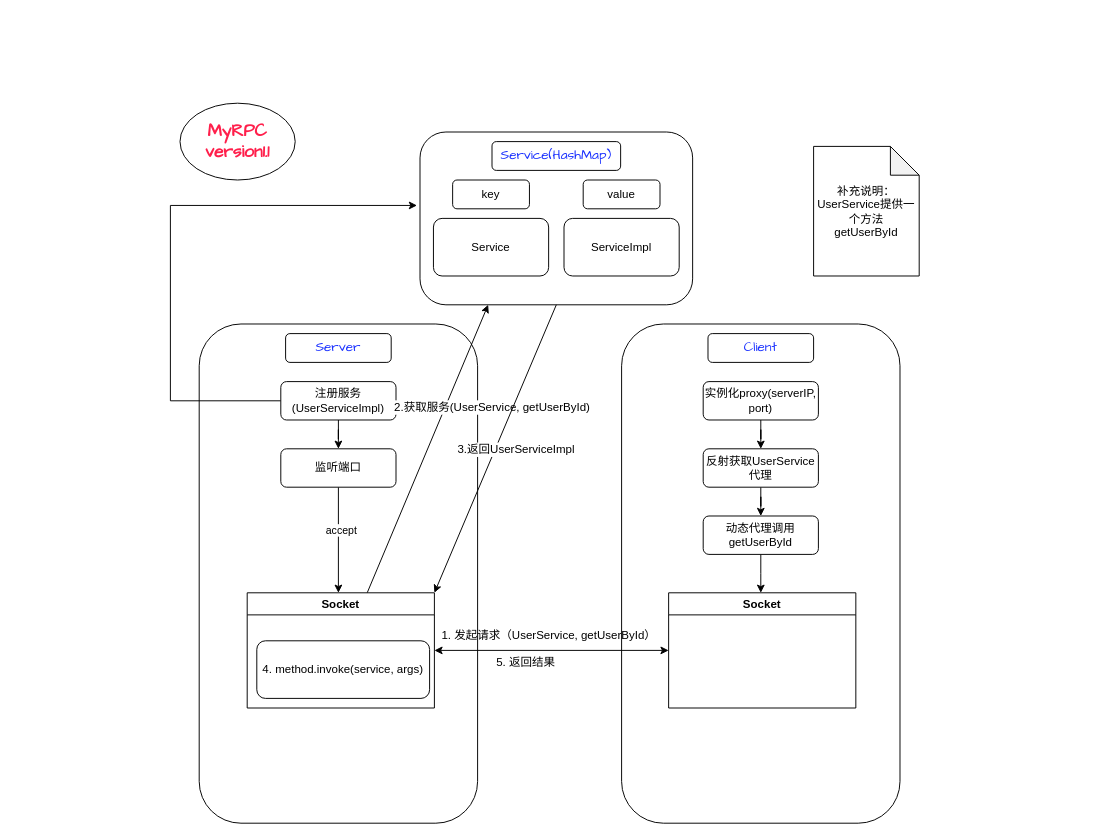
Earlier version of the draw.io diagram MyRPC/MyRPC-version1.1.drawio (hourhl/Draw-io). Source tidied: cells renumbered, new cells numbered last; positions are measured from the earlier drawing's top-left corner, leaving out a move shared by most shapes. Both pictures are drawn from the tidied source at 96%, with x=0, y=0 at pixel (170, 103).
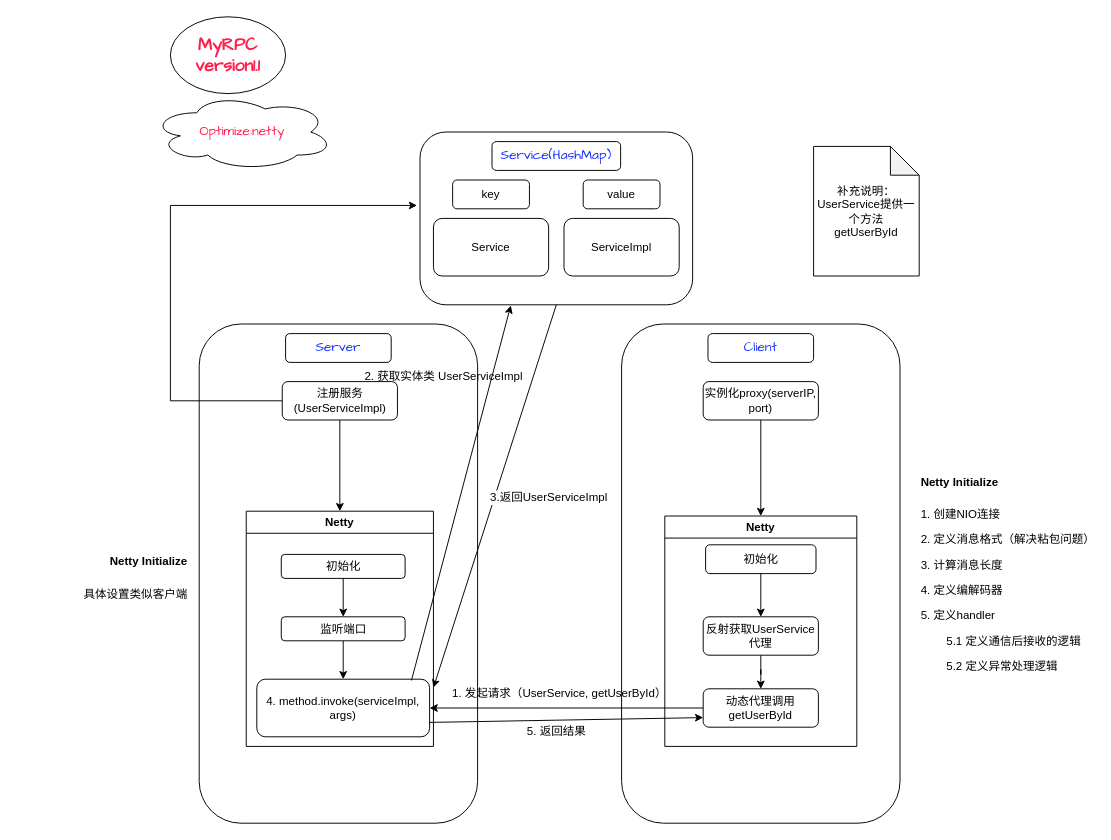
The same page after the edit.

Unchanged cells that the change refers to:
```xml
<mxCell id="2" value="&lt;div&gt;&lt;br&gt;&lt;/div&gt;" style="rounded=1;whiteSpace=wrap;html=1;" parent="1" vertex="1">
  <mxGeometry x="260" y="30" width="284" height="180" as="geometry" />
</mxCell>
<mxCell id="17" value="实例化proxy(serverIP, port)" style="rounded=1;whiteSpace=wrap;html=1;" parent="1" vertex="1">
  <mxGeometry x="555" y="290" width="120" height="40" as="geometry" />
</mxCell>
```

Diff of the diagram source:
```diff
@@
     <mxCell id="12" value="&lt;h2&gt;&lt;font color=&quot;#ff1f4b&quot; style=&quot;font-size: 18px;&quot; face=&quot;Comic Sans MS&quot;&gt;MyRPC&lt;br&gt;version1.1&lt;/font&gt;&lt;/h2&gt;" style="ellipse;whiteSpace=wrap;html=1;" parent="1" vertex="1">
-      <mxGeometry x="10" width="120" height="80" as="geometry" />
+      <mxGeometry y="-90" width="120" height="80" as="geometry" />
     </mxCell>
@@
-    <mxCell id="14" style="edgeStyle=orthogonalEdgeStyle;rounded=0;jettySize=auto;html=1;" parent="1" edge="1" source="15" target="25">
-      <mxGeometry relative="1" as="geometry" />
-    </mxCell>
     <mxCell id="15" value="注册服务(UserServiceImpl)" style="rounded=1;whiteSpace=wrap;html=1;" parent="1" vertex="1">
-      <mxGeometry x="115" y="290" width="120" height="40" as="geometry" />
+      <mxGeometry x="116.5" y="290" width="120" height="40" as="geometry" />
     </mxCell>
-    <mxCell id="16" style="edgeStyle=orthogonalEdgeStyle;rounded=0;jettySize=auto;html=1;" parent="1" edge="1" source="17" target="19">
-      <mxGeometry relative="1" as="geometry" />
-    </mxCell>
@@
     <mxCell id="19" value="反射获取UserService代理" style="rounded=1;whiteSpace=wrap;html=1;" parent="1" vertex="1">
-      <mxGeometry x="555" y="360" width="120" height="40" as="geometry" />
+      <mxGeometry x="555" y="535" width="120" height="40" as="geometry" />
     </mxCell>
@@
-    <mxCell id="21" style="edgeStyle=orthogonalEdgeStyle;rounded=0;jettySize=auto;html=1;" parent="1" edge="1" source="22">
-      <mxGeometry relative="1" as="geometry">
-        <mxPoint x="615" y="510" as="targetPoint" />
-      </mxGeometry>
-    </mxCell>
     <mxCell id="22" value="动态代理调用getUserById" style="rounded=1;whiteSpace=wrap;html=1;" parent="1" vertex="1">
-      <mxGeometry x="555" y="430" width="120" height="40" as="geometry" />
+      <mxGeometry x="555" y="610" width="120" height="40" as="geometry" />
     </mxCell>
-    <mxCell id="23" style="edgeStyle=orthogonalEdgeStyle;rounded=0;jettySize=auto;html=1;" parent="1" edge="1" source="25">
-      <mxGeometry relative="1" as="geometry">
-        <mxPoint x="175" y="510" as="targetPoint" />
-      </mxGeometry>
-    </mxCell>
-    <mxCell id="24" value="accept" style="edgeLabel;html=1;align=center;verticalAlign=middle;" parent="23" vertex="1">
-      <mxGeometry x="-0.2" y="2" relative="1" as="geometry" />
-    </mxCell>
+    <mxCell id="26" value="1. 发起请求（UserService, getUserById）" style="text;html=1;align=center;verticalAlign=middle;strokeColor=none;fillColor=none;" parent="1" vertex="1">
+      <mxGeometry x="280" y="600" width="250" height="30" as="geometry" />
+    </mxCell>
+    <mxCell id="29" value="Netty" style="swimlane;whiteSpace=wrap;html=1;" parent="1" vertex="1">
+      <mxGeometry x="79" y="425" width="195" height="245" as="geometry" />
+    </mxCell>
+    <mxCell id="36" style="edgeStyle=orthogonalEdgeStyle;rounded=0;jettySize=auto;html=1;" parent="29" edge="1" source="25" target="34">
+      <mxGeometry relative="1" as="geometry" />
+    </mxCell>
-    <mxCell id="25" value="监听端口" style="rounded=1;whiteSpace=wrap;html=1;" parent="1" vertex="1">
-      <mxGeometry x="115" y="360" width="120" height="40" as="geometry" />
+    <mxCell id="25" value="监听端口" style="rounded=1;whiteSpace=wrap;html=1;" parent="29" vertex="1">
+      <mxGeometry x="36.5" y="110" width="129" height="25" as="geometry" />
     </mxCell>
-    <mxCell id="26" value="1. 发起请求（UserService, getUserById）" style="text;html=1;align=center;verticalAlign=middle;strokeColor=none;fillColor=none;" parent="1" vertex="1">
-      <mxGeometry x="269" y="540" width="250" height="30" as="geometry" />
-    </mxCell>
-    <mxCell id="27" style="endArrow=classic;html=1;rounded=0;exitX=0.75;exitY=0;exitDx=0;exitDy=0;entryX=0.25;entryY=1;entryDx=0;entryDy=0;" parent="1" edge="1" target="2">
-      <mxGeometry relative="1" as="geometry">
-        <mxPoint x="205" y="510" as="sourcePoint" />
-      </mxGeometry>
-    </mxCell>
-    <mxCell id="28" value="&lt;font style=&quot;font-size: 12px;&quot;&gt;2.获取服务(UserService, getUserById)&lt;/font&gt;" style="edgeLabel;html=1;align=center;verticalAlign=middle;" parent="27" vertex="1">
-      <mxGeometry x="0.07" y="-2" relative="1" as="geometry">
-        <mxPoint x="60" y="-34" as="offset" />
-      </mxGeometry>
-    </mxCell>
-    <mxCell id="29" value="Socket" style="swimlane;whiteSpace=wrap;html=1;" parent="1" vertex="1">
-      <mxGeometry x="80" y="510" width="195" height="120" as="geometry" />
-    </mxCell>
+    <mxCell id="37" value="初始化" style="rounded=1;whiteSpace=wrap;html=1;" parent="29" vertex="1">
+      <mxGeometry x="36.5" y="45" width="129" height="25" as="geometry" />
+    </mxCell>
+    <mxCell id="34" value="4. method.invoke(serviceImpl, args)" style="rounded=1;whiteSpace=wrap;html=1;" parent="29" vertex="1">
+      <mxGeometry x="11" y="175" width="180" height="60" as="geometry" />
+    </mxCell>
+    <mxCell id="38" style="endArrow=classic;html=1;rounded=0;exitX=0.5;exitY=1;exitDx=0;exitDy=0;entryX=0.5;entryY=0;entryDx=0;entryDy=0;" parent="29" edge="1" source="37" target="25">
+      <mxGeometry relative="1" as="geometry" />
+    </mxCell>
-    <mxCell id="30" style="endArrow=classic;html=1;rounded=0;exitX=0.5;exitY=1;exitDx=0;exitDy=0;entryX=1;entryY=0;entryDx=0;entryDy=0;" parent="1" edge="1" source="2" target="29">
+    <mxCell id="30" style="endArrow=classic;html=1;rounded=0;exitX=0.5;exitY=1;exitDx=0;exitDy=0;entryX=1;entryY=0.75;entryDx=0;entryDy=0;" parent="1" edge="1" source="2" target="29">
       <mxGeometry relative="1" as="geometry" />
     </mxCell>
     <mxCell id="31" value="&lt;font style=&quot;font-size: 12px;&quot;&gt;3.返回UserServiceImpl&lt;/font&gt;" style="edgeLabel;html=1;align=center;verticalAlign=middle;" parent="30" vertex="1">
       <mxGeometry x="-0.01" y="3" relative="1" as="geometry">
-        <mxPoint x="18" y="1" as="offset" />
+        <mxPoint x="52" y="2" as="offset" />
       </mxGeometry>
     </mxCell>
-    <mxCell id="32" value="Socket" style="swimlane;whiteSpace=wrap;html=1;" parent="1" vertex="1">
-      <mxGeometry x="519" y="510" width="195" height="120" as="geometry" />
-    </mxCell>
-    <mxCell id="33" style="endArrow=classic;startArrow=classic;html=1;rounded=0;exitX=1;exitY=0.5;exitDx=0;exitDy=0;entryX=0;entryY=0.5;entryDx=0;entryDy=0;" parent="1" edge="1" source="29" target="32">
-      <mxGeometry relative="1" as="geometry" />
-    </mxCell>
-    <mxCell id="34" value="4. method.invoke(service, args)" style="rounded=1;whiteSpace=wrap;html=1;" parent="1" vertex="1">
-      <mxGeometry x="90" y="560" width="180" height="60" as="geometry" />
-    </mxCell>
     <mxCell id="35" value="5. 返回结果" style="text;html=1;align=center;verticalAlign=middle;strokeColor=none;fillColor=none;" parent="1" vertex="1">
-      <mxGeometry x="330" y="568" width="80" height="30" as="geometry" />
+      <mxGeometry x="362" y="640" width="80" height="30" as="geometry" />
     </mxCell>
+    <mxCell id="39" value="&lt;font style=&quot;font-size: 14px; color: rgb(255, 31, 75);&quot; face=&quot;Comic Sans MS&quot;&gt;Optimize:netty&lt;/font&gt;" style="ellipse;shape=cloud;whiteSpace=wrap;html=1;" parent="1" vertex="1">
+      <mxGeometry x="-20" y="-10" width="190" height="80" as="geometry" />
+    </mxCell>
+    <mxCell id="40" value="&lt;h1 style=&quot;margin-top: 0px;&quot;&gt;&lt;font style=&quot;font-size: 12px;&quot;&gt;Netty Initialize&lt;/font&gt;&lt;/h1&gt;&lt;p&gt;&lt;font&gt;1. 创建NIO连接&lt;/font&gt;&lt;/p&gt;&lt;p&gt;&lt;font&gt;2. 定义消息格式（解决粘包问题）&lt;/font&gt;&lt;/p&gt;&lt;p&gt;&lt;font&gt;3. 计算消息长度&lt;/font&gt;&lt;/p&gt;&lt;p&gt;&lt;font&gt;4. 定义编解码器&lt;/font&gt;&lt;/p&gt;&lt;p&gt;&lt;font&gt;5. 定义handler&lt;/font&gt;&lt;/p&gt;&lt;p&gt;&lt;font&gt;&lt;span style=&quot;white-space: pre;&quot;&gt;&#9;&lt;/span&gt;5.1 定义通信后接收的逻辑&lt;br&gt;&lt;/font&gt;&lt;/p&gt;&lt;p&gt;&lt;font style=&quot;&quot;&gt;&lt;font&gt;&lt;span style=&quot;white-space: pre;&quot;&gt;&#9;&lt;/span&gt;5.2 定义异常处理逻辑&lt;/font&gt;&lt;br&gt;&lt;/font&gt;&lt;/p&gt;" style="text;html=1;whiteSpace=wrap;overflow=hidden;rounded=0;" parent="1" vertex="1">
+      <mxGeometry x="780" y="370" width="180" height="320" as="geometry" />
+    </mxCell>
+    <mxCell id="41" value="Netty" style="swimlane;whiteSpace=wrap;html=1;" parent="1" vertex="1">
+      <mxGeometry x="515" y="430" width="200" height="240" as="geometry" />
+    </mxCell>
+    <mxCell id="42" style="endArrow=classic;html=1;rounded=0;exitX=0.5;exitY=1;exitDx=0;exitDy=0;entryX=0.5;entryY=0;entryDx=0;entryDy=0;" parent="1" edge="1" source="17" target="41">
+      <mxGeometry relative="1" as="geometry" />
+    </mxCell>
+    <mxCell id="43" value="&lt;h1 style=&quot;margin-top: 0px;&quot;&gt;&lt;font style=&quot;font-size: 12px;&quot;&gt;Netty Initialize&lt;/font&gt;&lt;/h1&gt;&lt;p&gt;具体设置类似客户端&lt;/p&gt;" style="text;html=1;whiteSpace=wrap;overflow=hidden;rounded=0;align=right;" parent="1" vertex="1">
+      <mxGeometry x="-160" y="452.5" width="180" height="95" as="geometry" />
+    </mxCell>
+    <mxCell id="44" style="endArrow=classic;html=1;rounded=0;exitX=0.5;exitY=1;exitDx=0;exitDy=0;entryX=0.5;entryY=0;entryDx=0;entryDy=0;" parent="1" edge="1" source="15" target="29">
+      <mxGeometry relative="1" as="geometry" />
+    </mxCell>
+    <mxCell id="45" style="edgeStyle=orthogonalEdgeStyle;rounded=0;jettySize=auto;html=1;" parent="1" edge="1" source="46" target="19">
+      <mxGeometry relative="1" as="geometry" />
+    </mxCell>
+    <mxCell id="46" value="初始化" style="rounded=1;whiteSpace=wrap;html=1;" parent="1" vertex="1">
+      <mxGeometry x="557.5" y="460" width="115" height="30" as="geometry" />
+    </mxCell>
+    <mxCell id="47" style="endArrow=classic;html=1;rounded=0;exitX=0;exitY=0.5;exitDx=0;exitDy=0;entryX=1;entryY=0.5;entryDx=0;entryDy=0;" parent="1" edge="1" source="22" target="34">
+      <mxGeometry relative="1" as="geometry" />
+    </mxCell>
+    <mxCell id="48" style="endArrow=classic;html=1;rounded=0;exitX=0.895;exitY=0.022;exitDx=0;exitDy=0;exitPerimeter=0;entryX=0.333;entryY=1.004;entryDx=0;entryDy=0;entryPerimeter=0;" parent="1" edge="1" source="34" target="2">
+      <mxGeometry relative="1" as="geometry" />
+    </mxCell>
+    <mxCell id="49" style="endArrow=classic;html=1;rounded=0;exitX=1;exitY=0.75;exitDx=0;exitDy=0;entryX=0;entryY=0.75;entryDx=0;entryDy=0;" parent="1" edge="1" source="34" target="22">
+      <mxGeometry relative="1" as="geometry" />
+    </mxCell>
+    <mxCell id="50" value="2. 获取实体类 UserServiceImpl" style="text;html=1;align=center;verticalAlign=middle;whiteSpace=wrap;rounded=0;" parent="1" vertex="1">
+      <mxGeometry x="140" y="270" width="290" height="30" as="geometry" />
+    </mxCell>
```
